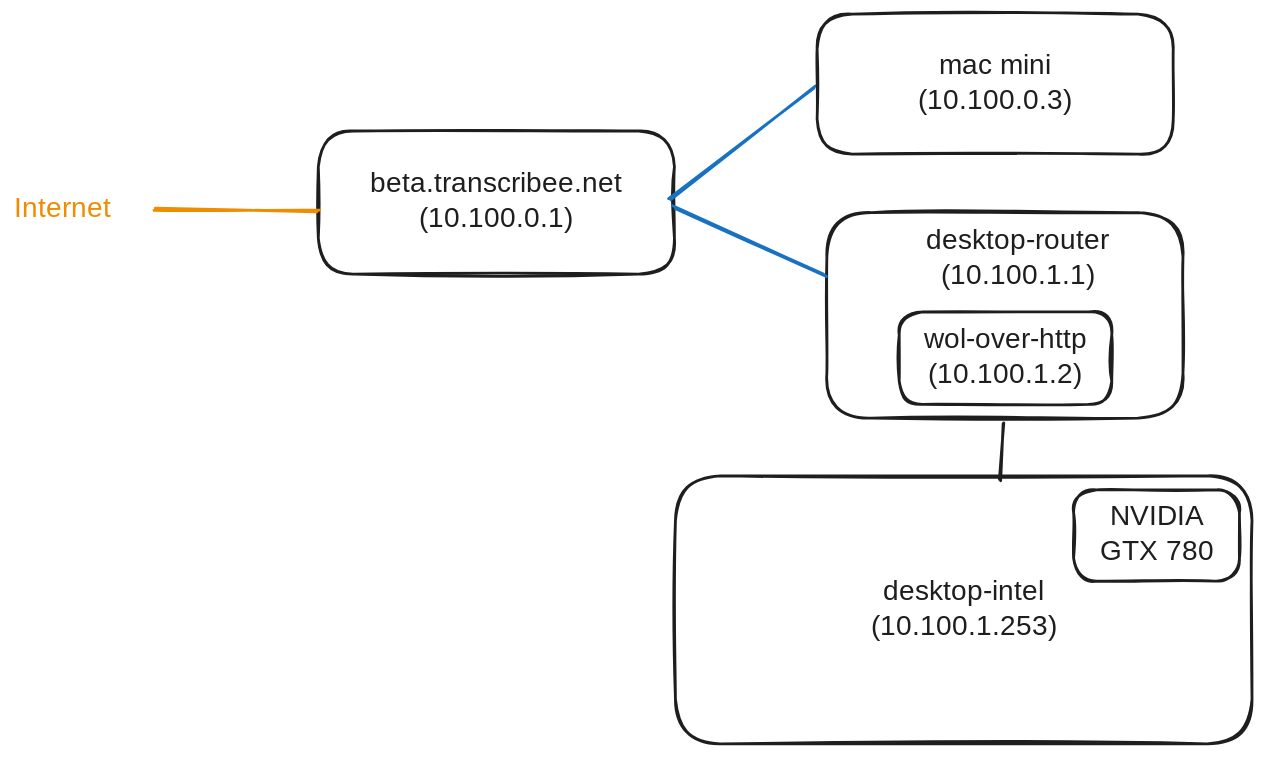
Earlier version of the Excalidraw export diagram.excalidraw.svg (bugbakery/testfarm). Source tidied: one line per element, renumbered; positions are measured from the earlier drawing's top-left corner, leaving out a move shared by most shapes.
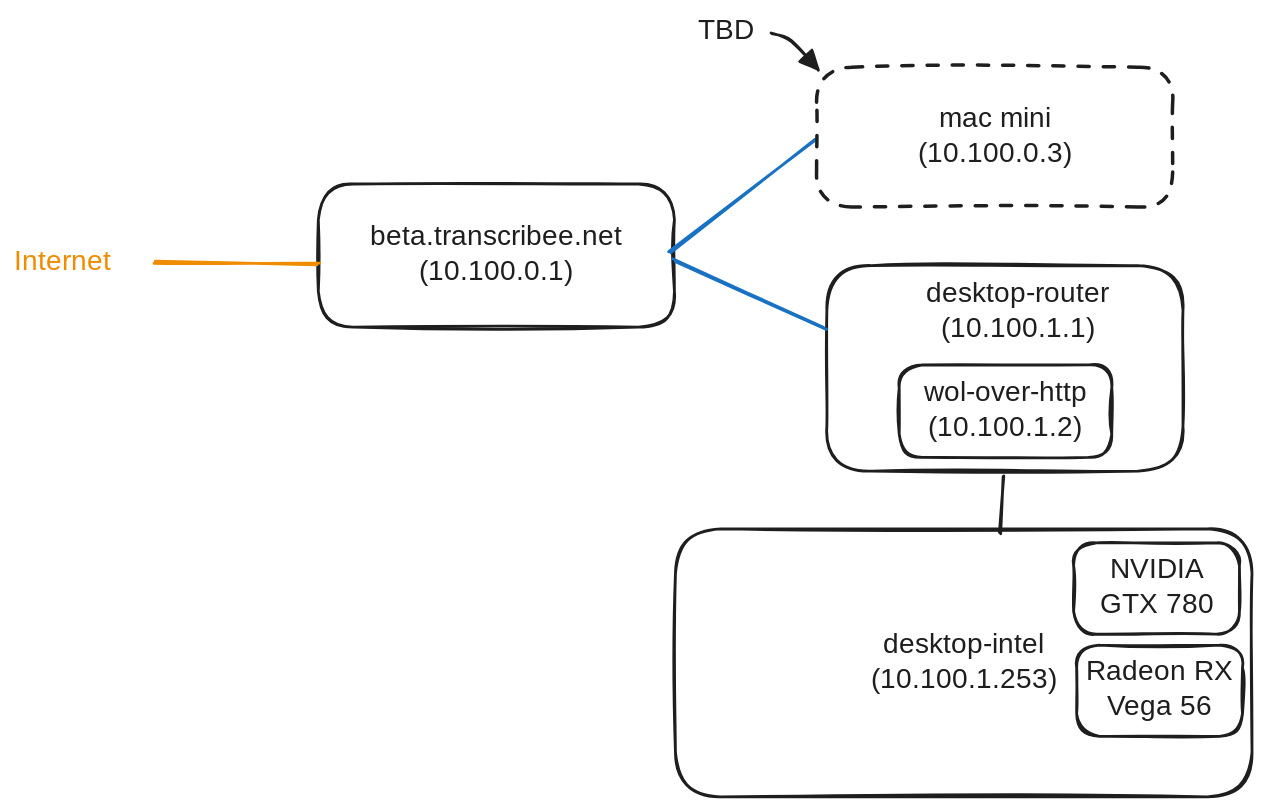
The same file after the commit.

What changed in the source:
```diff
@@ -9,9 +9,13 @@
 {"id": 8, "type": "text", "text": "NVIDIA\nGTX 780", "strokeColor": "#1e1e1e", "strokeWidth": 2, "roughness": 1, "fontSize": 20, "fontFamily": 5, "textAlign": "center", "verticalAlign": "middle", "inside": 7, "x": 771, "y": 347, "width": 90, "height": 50}
 {"id": 9, "type": "line", "strokeColor": "#f08c00", "strokeWidth": 2, "roughness": 1, "round": true, "x": 217, "y": 141, "width": 116, "height": 3, "points": [[0, 0], [-116, -3]]}
 {"id": 10, "type": "text", "text": "Internet", "strokeColor": "#f08c00", "strokeWidth": 2, "roughness": 1, "fontSize": 20, "fontFamily": 5, "x": 0, "y": 127, "width": 84, "height": 25}
-{"id": 11, "type": "rectangle", "strokeColor": "#1e1e1e", "strokeWidth": 2, "roughness": 1, "round": true, "x": 574, "y": 0, "width": 254, "height": 100}
+{"id": 11, "type": "rectangle", "strokeColor": "#1e1e1e", "strokeWidth": 2, "strokeStyle": "dashed", "roughness": 1, "round": true, "x": 573, "y": 0, "width": 254, "height": 100}
 {"id": 12, "type": "text", "text": "mac mini\n(10.100.0.3)", "strokeColor": "#1e1e1e", "strokeWidth": 2, "roughness": 1, "fontSize": 20, "fontFamily": 5, "textAlign": "center", "verticalAlign": "middle", "inside": 11, "x": 644, "y": 25, "width": 113, "height": 50}
 {"id": 13, "type": "line", "strokeColor": "#1971c2", "strokeWidth": 2, "roughness": 1, "round": true, "x": 471, "y": 138, "width": 108, "height": 48, "points": [[0, 0], [108, 48]]}
 {"id": 14, "type": "rectangle", "strokeColor": "#1e1e1e", "strokeWidth": 2, "roughness": 1, "round": true, "x": 632, "y": 213, "width": 152, "height": 66}
 {"id": 15, "type": "text", "text": "wol-over-http\n(10.100.1.2)", "strokeColor": "#1e1e1e", "strokeWidth": 2, "roughness": 1, "fontSize": 20, "fontFamily": 5, "textAlign": "center", "verticalAlign": "middle", "inside": 14, "x": 642, "y": 221, "width": 132, "height": 50}
 {"id": 16, "type": "text", "text": "desktop-router\n(10.100.1.1)", "strokeColor": "#1e1e1e", "strokeWidth": 2, "roughness": 1, "fontSize": 20, "fontFamily": 5, "textAlign": "center", "x": 643, "y": 150, "width": 148, "height": 50}
+{"id": 17, "type": "text", "text": "TBD", "strokeColor": "#1e1e1e", "strokeWidth": 2, "strokeStyle": "dashed", "roughness": 1, "fontSize": 20, "fontFamily": 5, "x": 488, "y": -38, "width": 48, "height": 25}
+{"id": 18, "type": "arrow", "strokeColor": "#1e1e1e", "strokeWidth": 2, "roughness": 1, "endArrowhead": "triangle", "round": true, "from": 17, "to": 11, "x": 541, "y": -24, "width": 34, "height": 26, "points": [[0, 0], [14, 5], [34, 26]]}
+{"id": 19, "type": "rectangle", "strokeColor": "#1e1e1e", "strokeWidth": 2, "roughness": 1, "round": true, "x": 759, "y": 413, "width": 118, "height": 65}
+{"id": 20, "type": "text", "text": "Radeon RX\nVega 56", "strokeColor": "#1e1e1e", "strokeWidth": 2, "roughness": 1, "fontSize": 20, "fontFamily": 5, "textAlign": "center", "verticalAlign": "middle", "inside": 19, "x": 765, "y": 421, "width": 107, "height": 50}
```
